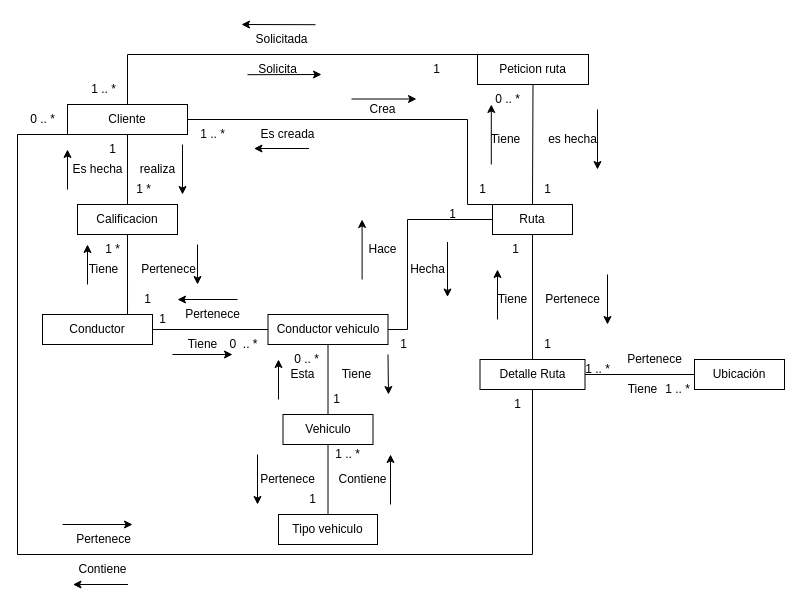
Before: ExtraClase/Modelado de Dominio/Modelo anemico/ModeloDominio.drawio in federico1605/RepositorioDOO, a draw.io diagram. Source tidied: cells renumbered, new cells numbered last; positions are measured from the earlier drawing's top-left corner, leaving out a move shared by most shapes. Both pictures are drawn from the tidied source at 100%, with x=0, y=0 at pixel (17, 24).
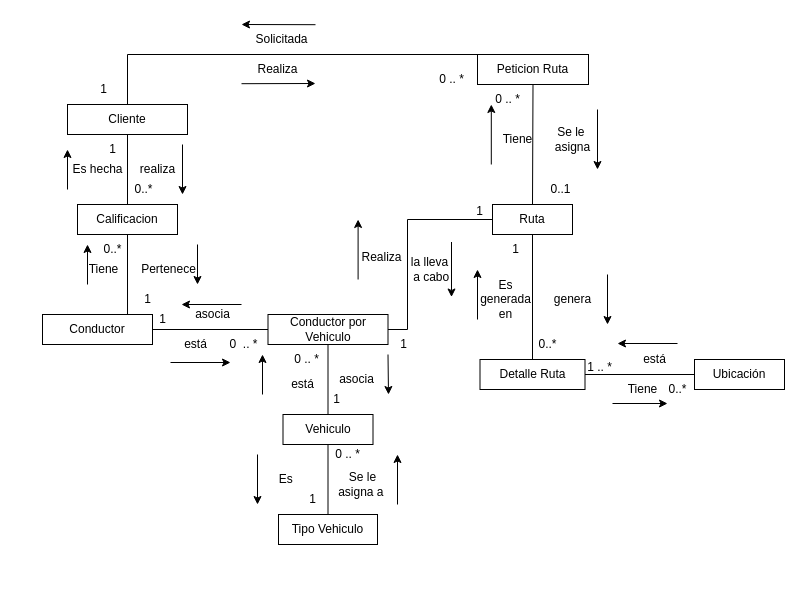
The same diagram, later.

The change refers to these unchanged cells:
```xml
<mxCell id="2" value="&lt;span style=&quot;font-weight: normal;&quot;&gt;Detalle Ruta&lt;/span&gt;" style="rounded=0;whiteSpace=wrap;html=1;fontStyle=1;" parent="1" vertex="1">
  <mxGeometry x="462.5" y="335" width="105" height="30" as="geometry" />
</mxCell>
<mxCell id="5" value="Cliente" style="rounded=0;whiteSpace=wrap;html=1;" parent="1" vertex="1">
  <mxGeometry x="50" y="80" width="120" height="30" as="geometry" />
</mxCell>
<mxCell id="33" value="Ruta" style="rounded=0;whiteSpace=wrap;html=1;" parent="1" vertex="1">
  <mxGeometry x="475" y="180" width="80" height="30" as="geometry" />
</mxCell>
```

What changed in the source:
```diff
@@
-    <mxCell id="13" value="1 *" style="text;html=1;align=center;verticalAlign=middle;strokeColor=none;fillColor=none;" parent="1" vertex="1">
+    <mxCell id="13" value="0..*" style="text;html=1;align=center;verticalAlign=middle;strokeColor=none;fillColor=none;" parent="1" vertex="1">
       <mxGeometry x="105.5" y="150" width="40" height="30" as="geometry" />
     </mxCell>
@@
-    <mxCell id="17" value="1 *" style="text;html=1;align=center;verticalAlign=middle;strokeColor=none;fillColor=none;" parent="1" vertex="1">
+    <mxCell id="17" value="0..*" style="text;html=1;align=center;verticalAlign=middle;strokeColor=none;fillColor=none;" parent="1" vertex="1">
       <mxGeometry x="75" y="210" width="40" height="30" as="geometry" />
     </mxCell>
@@
-    <mxCell id="22" value="1" style="text;html=1;align=center;verticalAlign=middle;strokeColor=none;fillColor=none;" parent="1" vertex="1">
-      <mxGeometry x="515" y="305" width="30" height="30" as="geometry" />
+    <mxCell id="22" value="0..*" style="text;html=1;align=center;verticalAlign=middle;strokeColor=none;fillColor=none;" parent="1" vertex="1">
+      <mxGeometry x="510" y="305" width="40" height="30" as="geometry" />
     </mxCell>
@@
-    <mxCell id="24" value="Pertenece" style="text;html=1;align=center;verticalAlign=middle;strokeColor=none;fillColor=none;" parent="1" vertex="1">
-      <mxGeometry x="515" y="260" width="80" height="30" as="geometry" />
+    <mxCell id="24" value="genera" style="text;html=1;align=center;verticalAlign=middle;strokeColor=none;fillColor=none;" parent="1" vertex="1">
+      <mxGeometry x="525" y="260" width="60" height="30" as="geometry" />
     </mxCell>
-    <mxCell id="25" value="Tiene" style="text;html=1;align=center;verticalAlign=middle;strokeColor=none;fillColor=none;" parent="1" vertex="1">
-      <mxGeometry x="470" y="260" width="50" height="30" as="geometry" />
+    <mxCell id="25" value="Es &lt;br&gt;generada&lt;br&gt;&amp;nbsp;en&amp;nbsp;" style="text;html=1;align=center;verticalAlign=middle;strokeColor=none;fillColor=none;" parent="1" vertex="1">
+      <mxGeometry x="452.5" y="245" width="70" height="60" as="geometry" />
     </mxCell>
     <mxCell id="26" style="endArrow=classic;html=1;rounded=0;" parent="1" edge="1">
       <mxGeometry relative="1" as="geometry">
-        <mxPoint x="480" y="295" as="sourcePoint" />
-        <mxPoint x="480" y="245" as="targetPoint" />
+        <mxPoint x="460" y="295" as="sourcePoint" />
+        <mxPoint x="460" y="245" as="targetPoint" />
       </mxGeometry>
     </mxCell>
-    <mxCell id="27" style="endArrow=classic;html=1;rounded=0;" parent="1" edge="1">
+    <mxCell id="27" style="endArrow=classic;html=1;rounded=0;fontStyle=1;" parent="1" edge="1">
       <mxGeometry relative="1" as="geometry">
         <mxPoint x="590" y="250" as="sourcePoint" />
         <mxPoint x="590" y="300" as="targetPoint" />
       </mxGeometry>
     </mxCell>
-    <mxCell id="28" value="Tipo vehiculo" style="rounded=0;whiteSpace=wrap;html=1;" parent="1" vertex="1">
+    <mxCell id="28" value="Tipo Vehiculo" style="rounded=0;whiteSpace=wrap;html=1;" parent="1" vertex="1">
       <mxGeometry x="261" y="490" width="99" height="30" as="geometry" />
     </mxCell>
-    <mxCell id="29" value="Peticion ruta" style="rounded=0;whiteSpace=wrap;html=1;" parent="1" vertex="1">
+    <mxCell id="29" value="Peticion Ruta" style="rounded=0;whiteSpace=wrap;html=1;" parent="1" vertex="1">
       <mxGeometry x="460" y="30" width="111" height="30" as="geometry" />
     </mxCell>
@@
-    <mxCell id="31" value="Conductor vehiculo&lt;br&gt;" style="rounded=0;whiteSpace=wrap;html=1;" parent="1" vertex="1">
+    <mxCell id="31" value="Conductor por Vehiculo" style="rounded=0;whiteSpace=wrap;html=1;" parent="1" vertex="1">
       <mxGeometry x="250.5" y="290" width="120" height="30" as="geometry" />
     </mxCell>
@@
-    <mxCell id="35" style="endArrow=none;html=1;rounded=0;exitX=0;exitY=0;exitDx=0;exitDy=0;entryX=1;entryY=0.5;entryDx=0;entryDy=0;" parent="1" edge="1" source="33" target="5">
-      <mxGeometry relative="1" as="geometry">
-        <Array as="points">
-          <mxPoint x="450" y="180" />
-          <mxPoint x="450" y="95" />
-        </Array>
-      </mxGeometry>
-    </mxCell>
@@
-    <mxCell id="37" style="endArrow=none;html=1;rounded=0;exitX=0;exitY=1;exitDx=0;exitDy=0;entryX=0.5;entryY=1;entryDx=0;entryDy=0;" parent="1" edge="1" source="5" target="2">
-      <mxGeometry relative="1" as="geometry">
-        <Array as="points">
-          <mxPoint y="110" />
-          <mxPoint y="530" />
-          <mxPoint x="515" y="530" />
-        </Array>
-      </mxGeometry>
-    </mxCell>
@@
-    <mxCell id="41" value="Solicita" style="text;html=1;align=center;verticalAlign=middle;strokeColor=none;fillColor=none;" parent="1" vertex="1">
+    <mxCell id="41" value="Realiza" style="text;html=1;align=center;verticalAlign=middle;strokeColor=none;fillColor=none;" parent="1" vertex="1">
       <mxGeometry x="230" y="30" width="60" height="30" as="geometry" />
     </mxCell>
-    <mxCell id="42" value="1" style="text;html=1;align=center;verticalAlign=middle;strokeColor=none;fillColor=none;" parent="1" vertex="1">
-      <mxGeometry x="404" y="30" width="30" height="30" as="geometry" />
+    <mxCell id="42" value="0 .. *" style="text;html=1;align=center;verticalAlign=middle;strokeColor=none;fillColor=none;" parent="1" vertex="1">
+      <mxGeometry x="409" y="40" width="50" height="30" as="geometry" />
     </mxCell>
     <mxCell id="43" style="endArrow=classic;html=1;rounded=0;" parent="1" edge="1">
       <mxGeometry relative="1" as="geometry">
-        <mxPoint x="230" y="50.2" as="sourcePoint" />
-        <mxPoint x="304" y="50" as="targetPoint" />
+        <mxPoint x="224" y="59.2" as="sourcePoint" />
+        <mxPoint x="298" y="59" as="targetPoint" />
       </mxGeometry>
     </mxCell>
@@
-    <mxCell id="45" value="1 .. *" style="text;html=1;align=center;verticalAlign=middle;strokeColor=none;fillColor=none;" parent="1" vertex="1">
-      <mxGeometry x="60.5" y="50" width="50" height="30" as="geometry" />
+    <mxCell id="45" value="1" style="text;html=1;align=center;verticalAlign=middle;strokeColor=none;fillColor=none;" parent="1" vertex="1">
+      <mxGeometry x="70.5" y="50" width="30" height="30" as="geometry" />
     </mxCell>
@@
-    <mxCell id="47" value="es hecha" style="text;html=1;align=center;verticalAlign=middle;strokeColor=none;fillColor=none;" parent="1" vertex="1">
-      <mxGeometry x="520" y="100" width="70" height="30" as="geometry" />
+    <mxCell id="47" value="Se le&amp;nbsp;&lt;br&gt;asigna" style="text;html=1;align=center;verticalAlign=middle;strokeColor=none;fillColor=none;" parent="1" vertex="1">
+      <mxGeometry x="525" y="95" width="60" height="40" as="geometry" />
     </mxCell>
-    <mxCell id="48" value="1" style="text;html=1;align=center;verticalAlign=middle;strokeColor=none;fillColor=none;" parent="1" vertex="1">
-      <mxGeometry x="515" y="150" width="30" height="30" as="geometry" />
+    <mxCell id="48" value="0..1" style="text;html=1;align=center;verticalAlign=middle;strokeColor=none;fillColor=none;" parent="1" vertex="1">
+      <mxGeometry x="522.5" y="150" width="40" height="30" as="geometry" />
     </mxCell>
     <mxCell id="49" value="Tiene" style="text;html=1;align=center;verticalAlign=middle;strokeColor=none;fillColor=none;" parent="1" vertex="1">
-      <mxGeometry x="462.5" y="100" width="50" height="30" as="geometry" />
+      <mxGeometry x="475" y="100" width="50" height="30" as="geometry" />
     </mxCell>
@@
-    <mxCell id="54" value="Esta" style="text;html=1;align=center;verticalAlign=middle;strokeColor=none;fillColor=none;" parent="1" vertex="1">
-      <mxGeometry x="260" y="335" width="50" height="30" as="geometry" />
+    <mxCell id="54" value="asocia" style="text;html=1;align=center;verticalAlign=middle;strokeColor=none;fillColor=none;" parent="1" vertex="1">
+      <mxGeometry x="309" y="340" width="60" height="30" as="geometry" />
     </mxCell>
-    <mxCell id="55" value="Tiene" style="text;html=1;align=center;verticalAlign=middle;strokeColor=none;fillColor=none;" parent="1" vertex="1">
-      <mxGeometry x="314" y="335" width="50" height="30" as="geometry" />
+    <mxCell id="55" value="está" style="text;html=1;align=center;verticalAlign=middle;strokeColor=none;fillColor=none;" parent="1" vertex="1">
+      <mxGeometry x="260" y="345" width="50" height="30" as="geometry" />
     </mxCell>
@@
     <mxCell id="59" style="endArrow=classic;html=1;rounded=0;" parent="1" edge="1">
       <mxGeometry relative="1" as="geometry">
-        <mxPoint x="261" y="375" as="sourcePoint" />
-        <mxPoint x="261" y="335" as="targetPoint" />
+        <mxPoint x="245" y="370" as="sourcePoint" />
+        <mxPoint x="245" y="330" as="targetPoint" />
       </mxGeometry>
     </mxCell>
-    <mxCell id="60" value="Pertenece" style="text;html=1;align=center;verticalAlign=middle;strokeColor=none;fillColor=none;" parent="1" vertex="1">
-      <mxGeometry x="230" y="440" width="80" height="30" as="geometry" />
+    <mxCell id="60" value="Es&amp;nbsp;" style="text;html=1;align=center;verticalAlign=middle;strokeColor=none;fillColor=none;" parent="1" vertex="1">
+      <mxGeometry x="250" y="440" width="40" height="30" as="geometry" />
     </mxCell>
@@
-    <mxCell id="62" value="Contiene" style="text;html=1;align=center;verticalAlign=middle;strokeColor=none;fillColor=none;" parent="1" vertex="1">
-      <mxGeometry x="310" y="440" width="70" height="30" as="geometry" />
+    <mxCell id="62" value="Se le &lt;br&gt;asigna a&amp;nbsp;" style="text;html=1;align=center;verticalAlign=middle;strokeColor=none;fillColor=none;" parent="1" vertex="1">
+      <mxGeometry x="310" y="440" width="70" height="40" as="geometry" />
     </mxCell>
-    <mxCell id="63" value="1 .. *" style="text;html=1;align=center;verticalAlign=middle;strokeColor=none;fillColor=none;" parent="1" vertex="1">
+    <mxCell id="63" value="0 .. *" style="text;html=1;align=center;verticalAlign=middle;strokeColor=none;fillColor=none;" parent="1" vertex="1">
       <mxGeometry x="305" y="415" width="50" height="30" as="geometry" />
     </mxCell>
@@
-    <mxCell id="65" value="1 .. *" style="text;html=1;align=center;verticalAlign=middle;strokeColor=none;fillColor=none;" parent="1" vertex="1">
-      <mxGeometry x="635" y="350" width="50" height="30" as="geometry" />
+    <mxCell id="65" value="0..*" style="text;html=1;align=center;verticalAlign=middle;strokeColor=none;fillColor=none;" parent="1" vertex="1">
+      <mxGeometry x="640" y="350" width="40" height="30" as="geometry" />
     </mxCell>
-    <mxCell id="66" value="Pertenece" style="text;html=1;align=center;verticalAlign=middle;strokeColor=none;fillColor=none;" parent="1" vertex="1">
-      <mxGeometry x="597" y="320" width="80" height="30" as="geometry" />
+    <mxCell id="66" value="está" style="text;html=1;align=center;verticalAlign=middle;strokeColor=none;fillColor=none;" parent="1" vertex="1">
+      <mxGeometry x="612" y="320" width="50" height="30" as="geometry" />
     </mxCell>
     <mxCell id="67" value="1 .. *" style="text;html=1;align=center;verticalAlign=middle;strokeColor=none;fillColor=none;" parent="1" vertex="1">
-      <mxGeometry x="555" y="330" width="50" height="30" as="geometry" />
+      <mxGeometry x="557" y="328" width="50" height="30" as="geometry" />
     </mxCell>
@@
     <mxCell id="69" style="endArrow=classic;html=1;rounded=0;" parent="1" edge="1">
       <mxGeometry relative="1" as="geometry">
-        <mxPoint x="373" y="480" as="sourcePoint" />
-        <mxPoint x="373" y="430" as="targetPoint" />
+        <mxPoint x="380" y="480" as="sourcePoint" />
+        <mxPoint x="380" y="430" as="targetPoint" />
       </mxGeometry>
     </mxCell>
-    <mxCell id="70" value="Crea" style="text;html=1;align=center;verticalAlign=middle;strokeColor=none;fillColor=none;" parent="1" vertex="1">
-      <mxGeometry x="340" y="70" width="50" height="30" as="geometry" />
-    </mxCell>
-    <mxCell id="71" value="Es creada" style="text;html=1;align=center;verticalAlign=middle;strokeColor=none;fillColor=none;" parent="1" vertex="1">
-      <mxGeometry x="230" y="95" width="80" height="30" as="geometry" />
-    </mxCell>
-    <mxCell id="72" value="1 .. *" style="text;html=1;align=center;verticalAlign=middle;strokeColor=none;fillColor=none;" parent="1" vertex="1">
-      <mxGeometry x="170" y="95" width="50" height="30" as="geometry" />
-    </mxCell>
-    <mxCell id="73" value="1" style="text;html=1;align=center;verticalAlign=middle;strokeColor=none;fillColor=none;" parent="1" vertex="1">
-      <mxGeometry x="450" y="150" width="30" height="30" as="geometry" />
-    </mxCell>
-    <mxCell id="74" style="endArrow=classic;html=1;rounded=0;" parent="1" edge="1">
-      <mxGeometry relative="1" as="geometry">
-        <mxPoint x="291.5" y="124" as="sourcePoint" />
-        <mxPoint x="236.5" y="124" as="targetPoint" />
-      </mxGeometry>
-    </mxCell>
-    <mxCell id="75" style="endArrow=classic;html=1;rounded=0;" parent="1" edge="1">
-      <mxGeometry relative="1" as="geometry">
-        <mxPoint x="334" y="74.5" as="sourcePoint" />
-        <mxPoint x="399" y="74.5" as="targetPoint" />
-      </mxGeometry>
-    </mxCell>
-    <mxCell id="76" value="Pertenece" style="text;html=1;align=center;verticalAlign=middle;strokeColor=none;fillColor=none;" parent="1" vertex="1">
-      <mxGeometry x="45.5" y="500" width="80" height="30" as="geometry" />
-    </mxCell>
-    <mxCell id="77" value="1&lt;br&gt;" style="text;html=1;align=center;verticalAlign=middle;strokeColor=none;fillColor=none;" parent="1" vertex="1">
-      <mxGeometry x="485" y="365" width="30" height="30" as="geometry" />
-    </mxCell>
-    <mxCell id="78" value="Contiene" style="text;html=1;align=center;verticalAlign=middle;strokeColor=none;fillColor=none;" parent="1" vertex="1">
-      <mxGeometry x="50" y="530" width="70" height="30" as="geometry" />
-    </mxCell>
-    <mxCell id="79" value="0 .. *&lt;br&gt;" style="text;html=1;align=center;verticalAlign=middle;strokeColor=none;fillColor=none;" parent="1" vertex="1">
-      <mxGeometry y="80" width="50" height="30" as="geometry" />
-    </mxCell>
-    <mxCell id="80" style="endArrow=classic;html=1;rounded=0;" parent="1" edge="1">
-      <mxGeometry relative="1" as="geometry">
-        <mxPoint x="110.5" y="560" as="sourcePoint" />
-        <mxPoint x="55.5" y="560" as="targetPoint" />
-      </mxGeometry>
-    </mxCell>
-    <mxCell id="81" style="endArrow=classic;html=1;rounded=0;" parent="1" edge="1">
-      <mxGeometry relative="1" as="geometry">
-        <mxPoint x="45" y="500" as="sourcePoint" />
-        <mxPoint x="115" y="500" as="targetPoint" />
-      </mxGeometry>
-    </mxCell>
-    <mxCell id="82" value="Hace" style="text;html=1;align=center;verticalAlign=middle;strokeColor=none;fillColor=none;" parent="1" vertex="1">
-      <mxGeometry x="340" y="210" width="50" height="30" as="geometry" />
+    <mxCell id="82" value="&amp;nbsp;&lt;br&gt;Realiza" style="text;html=1;align=center;verticalAlign=middle;strokeColor=none;fillColor=none;" parent="1" vertex="1">
+      <mxGeometry x="334" y="205" width="60" height="40" as="geometry" />
     </mxCell>
-    <mxCell id="83" value="Hecha" style="text;html=1;align=center;verticalAlign=middle;strokeColor=none;fillColor=none;" parent="1" vertex="1">
-      <mxGeometry x="380" y="230" width="60" height="30" as="geometry" />
+    <mxCell id="83" value="la lleva&lt;br&gt;&amp;nbsp;a cabo" style="text;html=1;align=center;verticalAlign=middle;strokeColor=none;fillColor=none;" parent="1" vertex="1">
+      <mxGeometry x="382" y="225" width="60" height="40" as="geometry" />
     </mxCell>
     <mxCell id="84" value="1" style="text;html=1;align=center;verticalAlign=middle;strokeColor=none;fillColor=none;" parent="1" vertex="1">
-      <mxGeometry x="420" y="175" width="30" height="30" as="geometry" />
+      <mxGeometry x="447" y="172" width="30" height="30" as="geometry" />
     </mxCell>
@@
     <mxCell id="86" style="endArrow=classic;html=1;rounded=0;" parent="1" edge="1">
       <mxGeometry relative="1" as="geometry">
-        <mxPoint x="430" y="217.5" as="sourcePoint" />
-        <mxPoint x="430" y="272.5" as="targetPoint" />
+        <mxPoint x="434" y="217.5" as="sourcePoint" />
+        <mxPoint x="434" y="272.5" as="targetPoint" />
       </mxGeometry>
     </mxCell>
     <mxCell id="87" style="endArrow=classic;html=1;rounded=0;" parent="1" edge="1">
       <mxGeometry relative="1" as="geometry">
-        <mxPoint x="344.6" y="255" as="sourcePoint" />
-        <mxPoint x="344.6" y="195" as="targetPoint" />
+        <mxPoint x="340.6" y="255" as="sourcePoint" />
+        <mxPoint x="340.6" y="195" as="targetPoint" />
       </mxGeometry>
     </mxCell>
-    <mxCell id="88" value="Pertenece" style="text;html=1;align=center;verticalAlign=middle;strokeColor=none;fillColor=none;" parent="1" vertex="1">
-      <mxGeometry x="155" y="275" width="80" height="30" as="geometry" />
+    <mxCell id="88" value="asocia" style="text;html=1;align=center;verticalAlign=middle;strokeColor=none;fillColor=none;" parent="1" vertex="1">
+      <mxGeometry x="165" y="275" width="60" height="30" as="geometry" />
     </mxCell>
-    <mxCell id="89" value="Tiene" style="text;html=1;align=center;verticalAlign=middle;strokeColor=none;fillColor=none;" parent="1" vertex="1">
-      <mxGeometry x="160" y="305" width="50" height="30" as="geometry" />
+    <mxCell id="89" value="está" style="text;html=1;align=center;verticalAlign=middle;strokeColor=none;fillColor=none;" parent="1" vertex="1">
+      <mxGeometry x="153" y="305" width="50" height="30" as="geometry" />
     </mxCell>
@@
     <mxCell id="92" style="endArrow=classic;html=1;rounded=0;" parent="1" edge="1">
       <mxGeometry relative="1" as="geometry">
-        <mxPoint x="220" y="275" as="sourcePoint" />
-        <mxPoint x="160" y="275" as="targetPoint" />
+        <mxPoint x="224" y="280" as="sourcePoint" />
+        <mxPoint x="164" y="280" as="targetPoint" />
       </mxGeometry>
     </mxCell>
     <mxCell id="93" style="endArrow=classic;html=1;rounded=0;" parent="1" edge="1">
       <mxGeometry relative="1" as="geometry">
-        <mxPoint x="155" y="330" as="sourcePoint" />
-        <mxPoint x="215" y="330" as="targetPoint" />
+        <mxPoint x="153" y="338" as="sourcePoint" />
+        <mxPoint x="213" y="338" as="targetPoint" />
       </mxGeometry>
     </mxCell>
+    <mxCell id="94" style="endArrow=classic;html=1;rounded=0;" parent="1" edge="1">
+      <mxGeometry relative="1" as="geometry">
+        <mxPoint x="660" y="319" as="sourcePoint" />
+        <mxPoint x="600" y="319" as="targetPoint" />
+      </mxGeometry>
+    </mxCell>
+    <mxCell id="95" style="endArrow=classic;html=1;rounded=0;" parent="1" edge="1">
+      <mxGeometry relative="1" as="geometry">
+        <mxPoint x="595" y="379" as="sourcePoint" />
+        <mxPoint x="650" y="379" as="targetPoint" />
+      </mxGeometry>
+    </mxCell>
```
